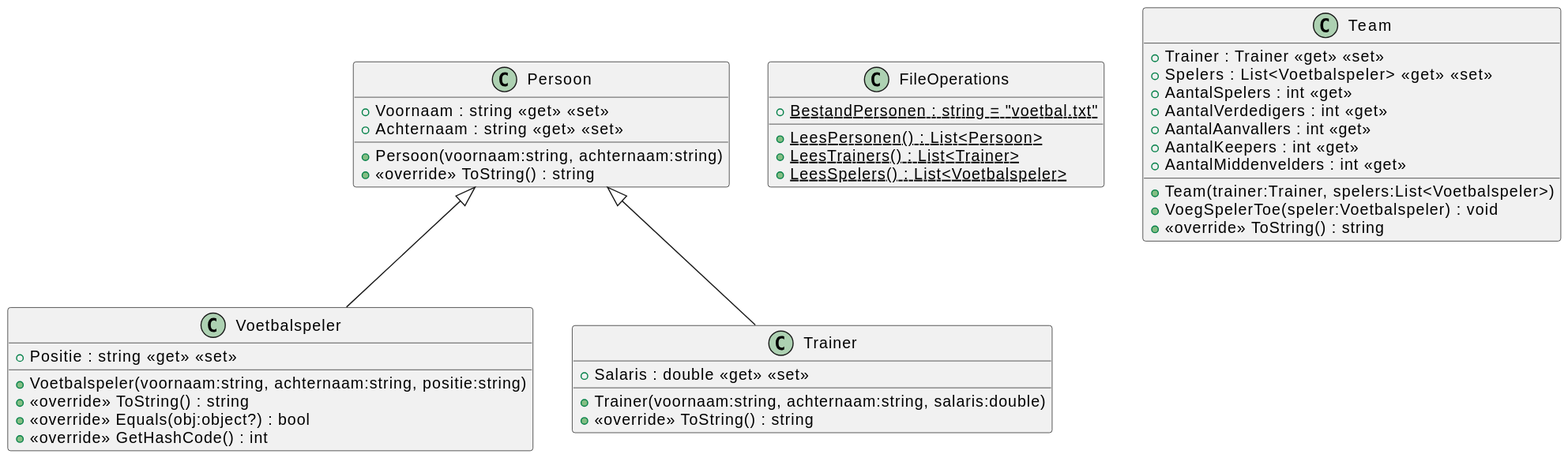
Earlier version of the PlantUML export 10/10_01/svg/Overview.svg (it-graduaten/template-csharp-ooprogramming-permanente-evaluatie).
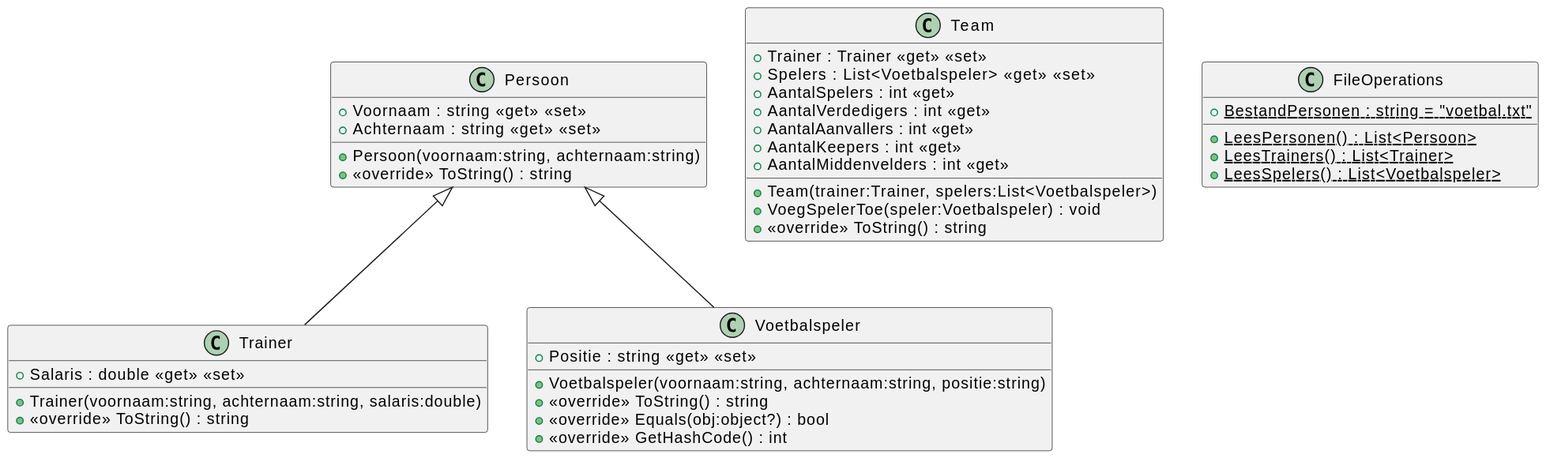
Above is the later version.

What changed in the source:
```diff
@@ -1,7 +1,7 @@
 @startuml
+!include Trainer.puml
 !include Persoon.puml
+!include Team.puml
+!include Voetbalspeler.puml
 !include FileOperations.puml
-!include Voetbalspeler.puml
-!include Trainer.puml
-!include Team.puml
 @enduml
```
